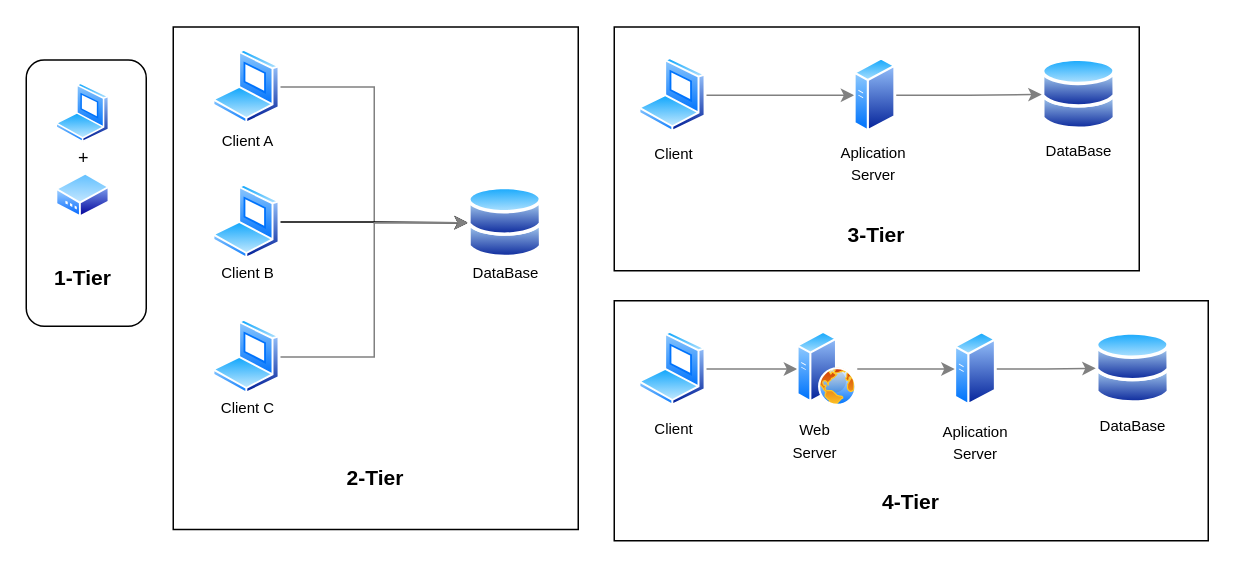
Earlier version of the draw.io diagram CS/Network Architecture/Network_Architecture.drawio (Jonggu-code/Study). Source tidied: cells renumbered, new cells numbered last; positions are measured from the earlier drawing's top-left corner, leaving out a move shared by most shapes. Both pictures are drawn from the tidied source at 150%, with x=0, y=0 at pixel (26, 27).
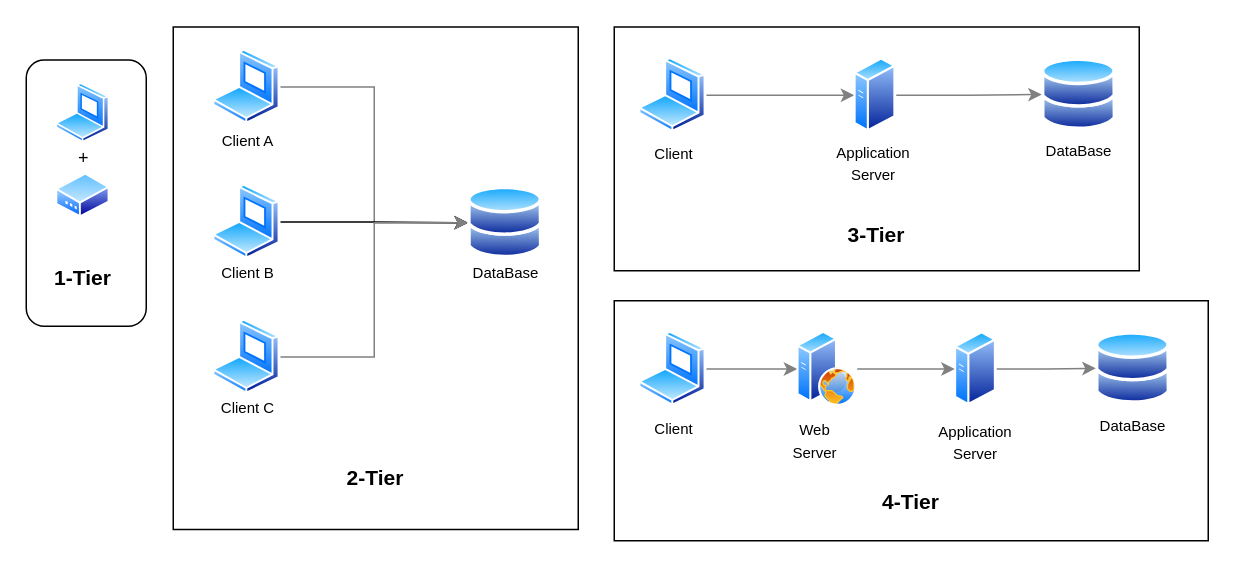
The same diagram, later.

Change to the diagram source:
```diff
@@
-    <mxCell id="28" value="&lt;div&gt;&lt;span style=&quot;font-size: 10px;&quot;&gt;Aplication&lt;/span&gt;&lt;/div&gt;&lt;span style=&quot;font-size: 10px;&quot;&gt;Server&lt;/span&gt;" style="text;html=1;align=center;verticalAlign=middle;whiteSpace=wrap;rounded=0;" parent="1" vertex="1">
-      <mxGeometry x="535" y="75" width="60" height="30" as="geometry" />
-    </mxCell>
+    <mxCell id="43" value="&lt;div&gt;&lt;span style=&quot;font-size: 10px;&quot;&gt;Application&lt;/span&gt;&lt;/div&gt;&lt;span style=&quot;font-size: 10px;&quot;&gt;Server&lt;/span&gt;" style="text;html=1;align=center;verticalAlign=middle;whiteSpace=wrap;rounded=0;" parent="1" vertex="1">
+      <mxGeometry x="535" y="75" width="60" height="30" as="geometry" />
+    </mxCell>
@@
-    <mxCell id="38" value="&lt;div&gt;&lt;span style=&quot;font-size: 10px;&quot;&gt;Aplication&lt;/span&gt;&lt;/div&gt;&lt;span style=&quot;font-size: 10px;&quot;&gt;Server&lt;/span&gt;" style="text;html=1;align=center;verticalAlign=middle;whiteSpace=wrap;rounded=0;" parent="1" vertex="1">
-      <mxGeometry x="603" y="260.5" width="60" height="30" as="geometry" />
-    </mxCell>
+    <mxCell id="44" value="&lt;div&gt;&lt;span style=&quot;font-size: 10px;&quot;&gt;Application&lt;/span&gt;&lt;/div&gt;&lt;span style=&quot;font-size: 10px;&quot;&gt;Server&lt;/span&gt;" style="text;html=1;align=center;verticalAlign=middle;whiteSpace=wrap;rounded=0;" parent="1" vertex="1">
+      <mxGeometry x="603" y="260.5" width="60" height="30" as="geometry" />
+    </mxCell>
```
